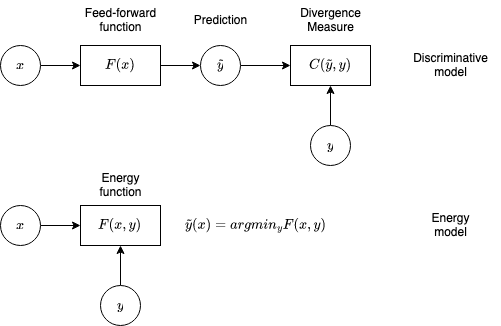
Earlier version of the draw.io export machine_learning/diagrams/energy_model.drawio.png (analytiq-hub/sigagent.github.io). Source tidied: cells renumbered, new cells last; positions are measured from the earlier drawing's top-left corner, leaving out a move shared by most shapes.
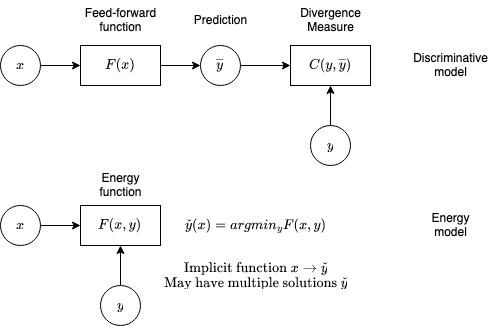
The same diagram one commit later.

Diff of the diagram source:
```diff
@@ -20,7 +20,7 @@
     <mxCell id="7" style="edgeStyle=orthogonalEdgeStyle;rounded=0;jettySize=auto;html=1;exitX=1;exitY=0.5;exitDx=0;exitDy=0;entryX=0;entryY=0.5;entryDx=0;entryDy=0;" parent="1" edge="1" source="8" target="11">
       <mxGeometry relative="1" as="geometry" />
     </mxCell>
-    <mxCell id="8" value="$$\tilde{y}$$" style="ellipse;whiteSpace=wrap;html=1;" parent="1" vertex="1">
+    <mxCell id="8" value="$$\overline{y}$$" style="ellipse;whiteSpace=wrap;html=1;" parent="1" vertex="1">
       <mxGeometry x="200" y="45" width="40" height="40" as="geometry" />
     </mxCell>
     <mxCell id="9" style="edgeStyle=orthogonalEdgeStyle;rounded=0;jettySize=auto;html=1;exitX=0.5;exitY=0;exitDx=0;exitDy=0;entryX=0.5;entryY=1;entryDx=0;entryDy=0;" parent="1" edge="1" source="10" target="11">
@@ -29,7 +29,7 @@
     <mxCell id="10" value="&lt;div&gt;$$y$$&lt;/div&gt;" style="ellipse;whiteSpace=wrap;html=1;" parent="1" vertex="1">
       <mxGeometry x="310" y="125" width="40" height="40" as="geometry" />
     </mxCell>
-    <mxCell id="11" value="$$C(\tilde{y},y)$$" style="rounded=0;whiteSpace=wrap;html=1;" parent="1" vertex="1">
+    <mxCell id="11" value="$$C(y,\overline{y})$$" style="rounded=0;whiteSpace=wrap;html=1;" parent="1" vertex="1">
       <mxGeometry x="290" y="45" width="80" height="40" as="geometry" />
     </mxCell>
     <mxCell id="12" value="Prediction" style="text;html=1;align=center;verticalAlign=middle;strokeColor=none;fillColor=none;" parent="1" vertex="1">
@@ -62,8 +62,8 @@
     <mxCell id="21" value="&lt;div&gt;Energy&lt;/div&gt;&lt;div&gt;function&lt;br&gt;&lt;/div&gt;" style="text;html=1;align=center;verticalAlign=middle;strokeColor=none;fillColor=none;" parent="1" vertex="1">
       <mxGeometry x="85" y="165" width="70" height="40" as="geometry" />
     </mxCell>
-    <mxCell id="22" value="&lt;div&gt;$$\tilde{y}(x)=argmin_y F(x,y)$$&lt;/div&gt;" style="text;html=1;align=center;verticalAlign=middle;strokeColor=none;fillColor=none;" parent="1" vertex="1">
-      <mxGeometry x="160" y="210" width="190" height="30" as="geometry" />
+    <mxCell id="22" value="&lt;div&gt;$$\check{y}(x)=argmin_y F(x,y)$$&lt;/div&gt;" style="text;html=1;align=center;verticalAlign=middle;strokeColor=none;fillColor=none;" parent="1" vertex="1">
+      <mxGeometry x="155" y="210" width="200" height="30" as="geometry" />
     </mxCell>
     <mxCell id="23" value="&lt;div&gt;Discriminative&lt;/div&gt;&lt;div&gt;model&lt;br&gt;&lt;/div&gt;" style="text;html=1;align=center;verticalAlign=middle;strokeColor=none;fillColor=none;" parent="1" vertex="1">
       <mxGeometry x="400" y="45" width="100" height="40" as="geometry" />
@@ -71,5 +71,8 @@
     <mxCell id="24" value="&lt;div&gt;Energy&lt;/div&gt;&lt;div&gt;model&lt;br&gt;&lt;/div&gt;" style="text;html=1;align=center;verticalAlign=middle;strokeColor=none;fillColor=none;" parent="1" vertex="1">
       <mxGeometry x="420" y="205" width="60" height="40" as="geometry" />
     </mxCell>
+    <mxCell id="25" value="&lt;div&gt;$$\text{Implicit function } x \rightarrow \check{y}$$&lt;/div&gt;&lt;div&gt;$$\text{May have multiple solutions } \check{y}$$&lt;br&gt;&lt;/div&gt;" style="text;html=1;align=center;verticalAlign=middle;strokeColor=none;fillColor=none;" parent="1" vertex="1">
+      <mxGeometry x="110" y="255" width="290" height="40" as="geometry" />
+    </mxCell>
   </root>
 </mxGraphModel>
```
